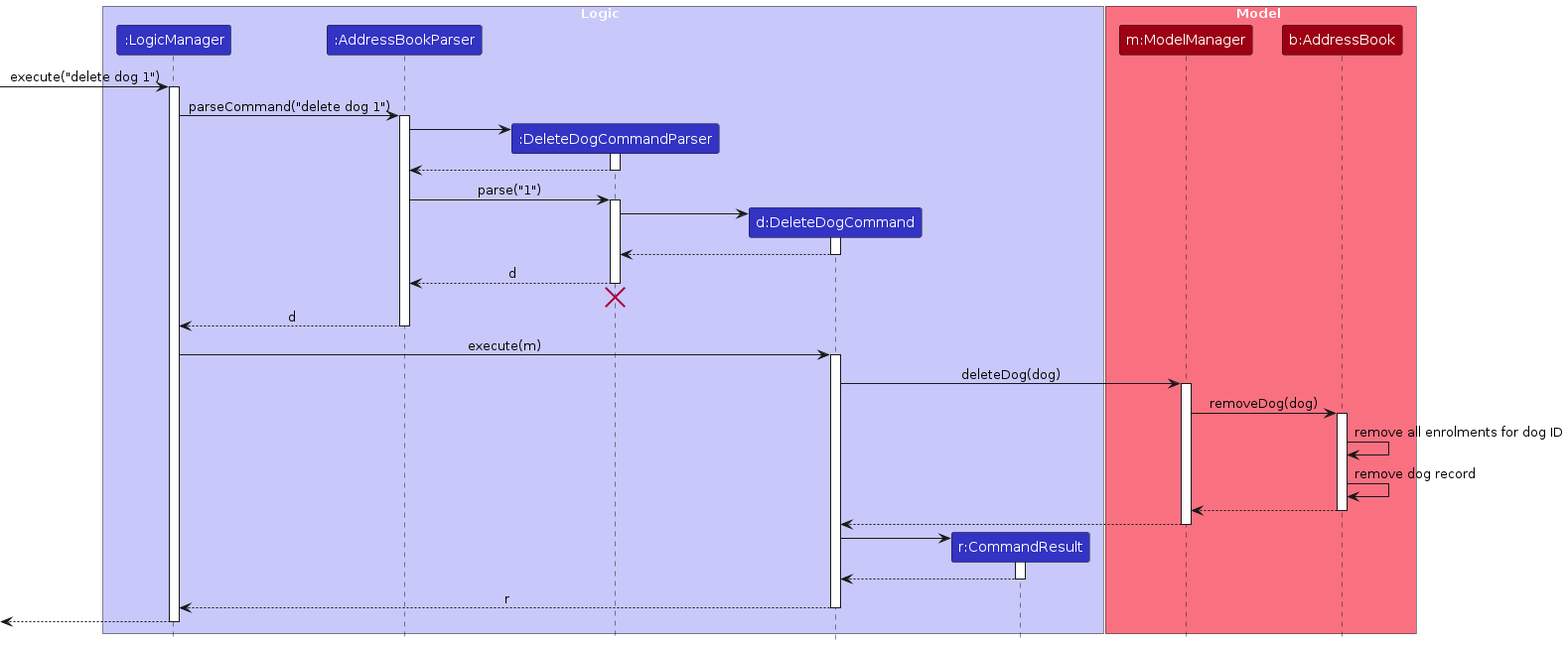
The PlantUML diagram diagrams/DeleteSequenceDiagram.png in AY2627S1-CS2103T-T15-4/tp, before a commit. Its source is kept beside it as diagrams/DeleteSequenceDiagram.puml.
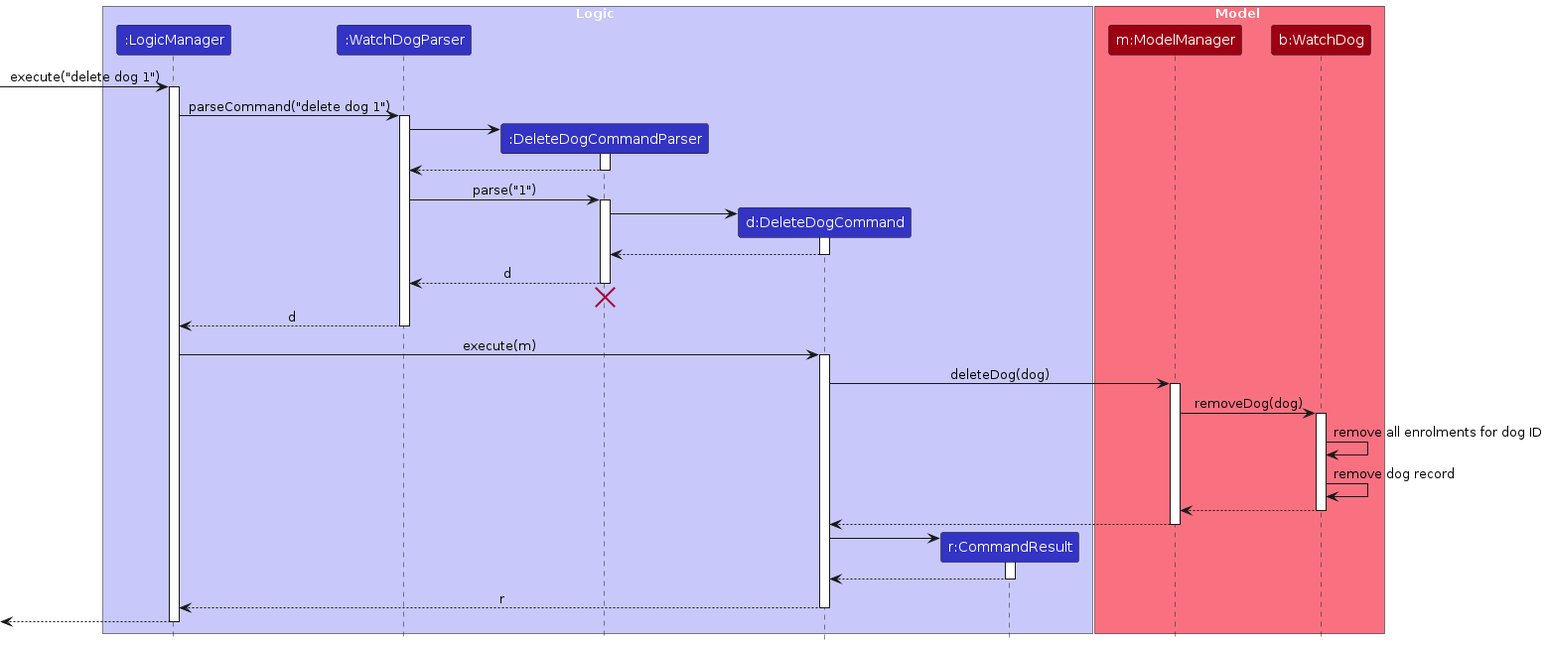
Later version of the same file.

Change to the diagram source:
```diff
@@ -4,7 +4,7 @@
 
 box Logic LOGIC_COLOR_T1
 participant ":LogicManager" as LogicManager LOGIC_COLOR
-participant ":AddressBookParser" as AddressBookParser LOGIC_COLOR
+participant ":WatchDogParser" as WatchDogParser LOGIC_COLOR
 participant ":DeleteDogCommandParser" as DeleteDogCommandParser LOGIC_COLOR
 participant "d:DeleteDogCommand" as DeleteDogCommand LOGIC_COLOR
 participant "r:CommandResult" as CommandResult LOGIC_COLOR
@@ -12,23 +12,23 @@
 
 box Model MODEL_COLOR_T1
 participant "m:ModelManager" as ModelManager MODEL_COLOR
-participant "b:AddressBook" as AddressBook MODEL_COLOR
+participant "b:WatchDog" as WatchDog MODEL_COLOR
 end box
 
 [-> LogicManager : execute("delete dog 1")
 activate LogicManager
 
-LogicManager -> AddressBookParser : parseCommand("delete dog 1")
-activate AddressBookParser
+LogicManager -> WatchDogParser : parseCommand("delete dog 1")
+activate WatchDogParser
 
 create DeleteDogCommandParser
-AddressBookParser -> DeleteDogCommandParser
+WatchDogParser -> DeleteDogCommandParser
 activate DeleteDogCommandParser
 
-DeleteDogCommandParser --> AddressBookParser
+DeleteDogCommandParser --> WatchDogParser
 deactivate DeleteDogCommandParser
 
-AddressBookParser -> DeleteDogCommandParser : parse("1")
+WatchDogParser -> DeleteDogCommandParser : parse("1")
 activate DeleteDogCommandParser
 
 create DeleteDogCommand
@@ -38,13 +38,13 @@
 DeleteDogCommand --> DeleteDogCommandParser :
 deactivate DeleteDogCommand
 
-DeleteDogCommandParser --> AddressBookParser : d
+DeleteDogCommandParser --> WatchDogParser : d
 deactivate DeleteDogCommandParser
-DeleteDogCommandParser -[hidden]-> AddressBookParser
+DeleteDogCommandParser -[hidden]-> WatchDogParser
 destroy DeleteDogCommandParser
 
-AddressBookParser --> LogicManager : d
-deactivate AddressBookParser
+WatchDogParser --> LogicManager : d
+deactivate WatchDogParser
 
 LogicManager -> DeleteDogCommand : execute(m)
 activate DeleteDogCommand
@@ -52,12 +52,12 @@
 DeleteDogCommand -> ModelManager : deleteDog(dog)
 activate ModelManager
 
-ModelManager -> AddressBook : removeDog(dog)
-activate AddressBook
-AddressBook -> AddressBook : remove all enrolments for dog ID
-AddressBook -> AddressBook : remove dog record
-AddressBook --> ModelManager
-deactivate AddressBook
+ModelManager -> WatchDog : removeDog(dog)
+activate WatchDog
+WatchDog -> WatchDog : remove all enrolments for dog ID
+WatchDog -> WatchDog : remove dog record
+WatchDog --> ModelManager
+deactivate WatchDog
 
 ModelManager --> DeleteDogCommand
 deactivate ModelManager
```
